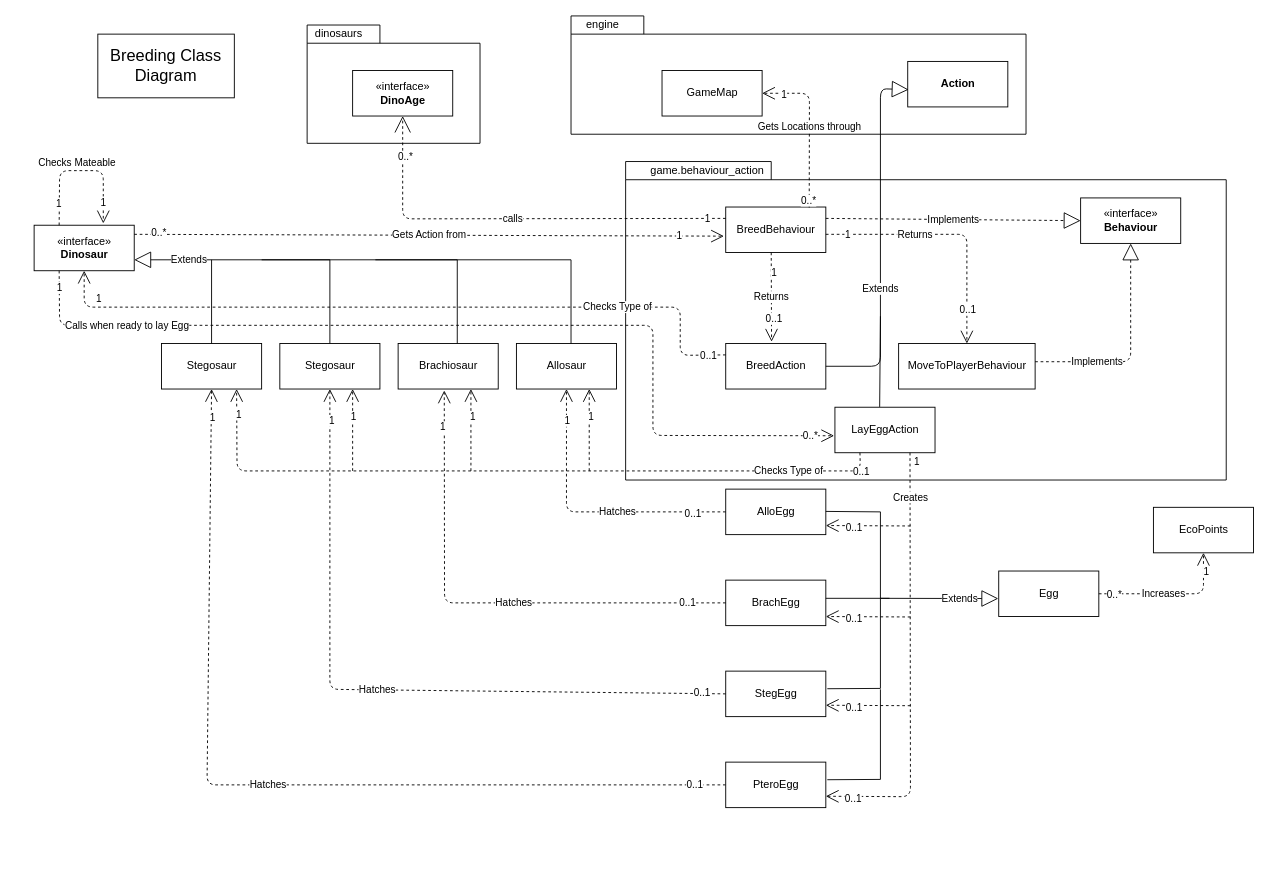
The draw.io diagram Assignment 3 diagrams/UML/Breeding Class Diagram.drawio in Dax246/FIT2099, before the edit. Source tidied: cells renumbered, new cells numbered last; positions are measured from the earlier drawing's top-left corner, leaving out a move shared by most shapes. Both pictures are drawn from the tidied source at 91%, with x=0, y=0 at pixel (34, 15).
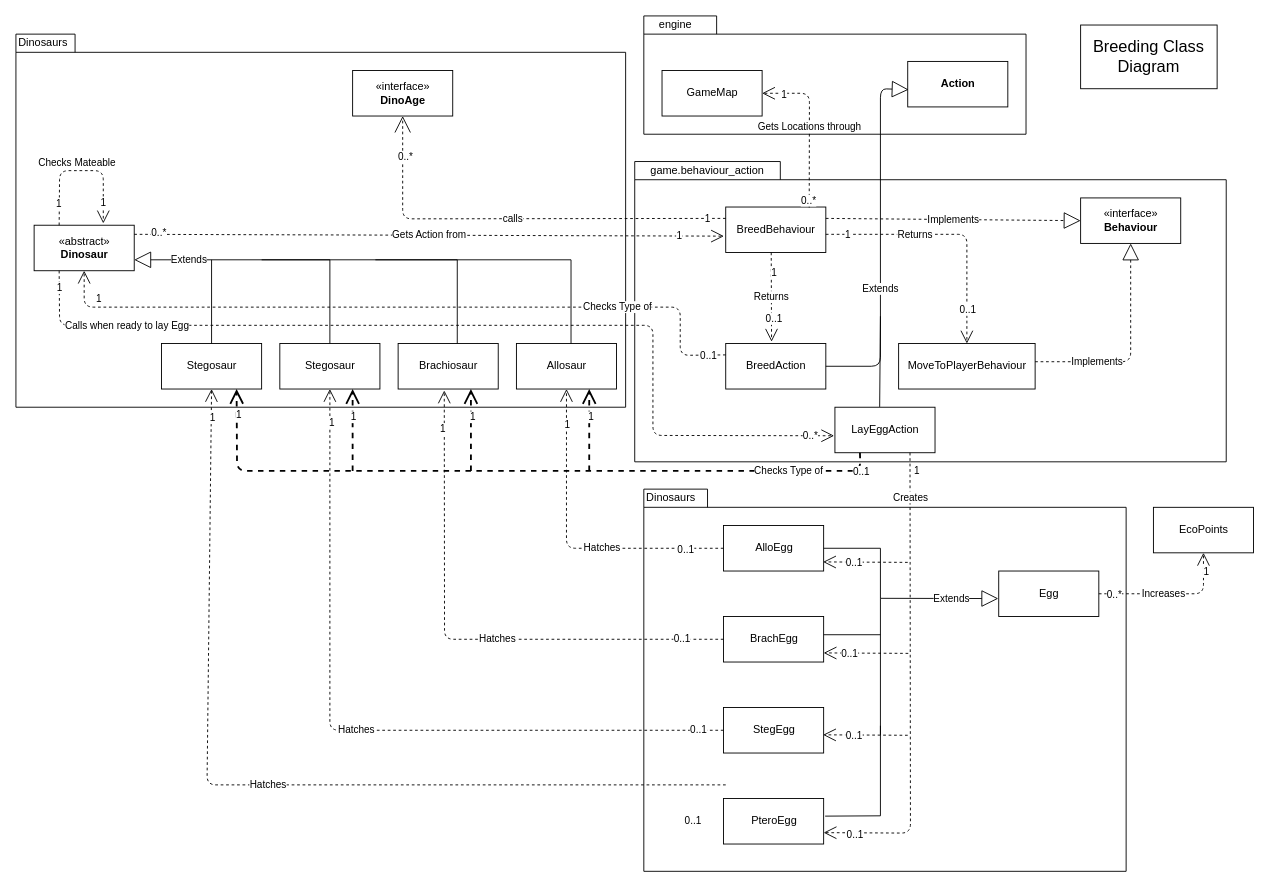
After the change.

Commit message (it also covers changes not shown here):
Fixed arrows in breeding, ground and player class diagrams

Unchanged cells that the change refers to:
```xml
<mxCell id="7" value="Stegosaur" style="html=1;" parent="1" vertex="1">
  <mxGeometry x="270" y="360" width="110" height="50" as="geometry" />
</mxCell>
<mxCell id="8" value="Brachiosaur" style="html=1;" parent="1" vertex="1">
  <mxGeometry x="400" y="360" width="110" height="50" as="geometry" />
</mxCell>
<mxCell id="9" value="Allosaur" style="html=1;" parent="1" vertex="1">
  <mxGeometry x="530" y="360" width="110" height="50" as="geometry" />
</mxCell>
<mxCell id="28" value="Egg" style="html=1;" parent="1" vertex="1">
  <mxGeometry x="1060" y="610" width="110" height="50" as="geometry" />
</mxCell>
<mxCell id="58" value="LayEggAction" style="html=1;" parent="1" vertex="1">
  <mxGeometry x="880" y="430" width="110" height="50" as="geometry" />
</mxCell>
<mxCell id="67" value="Stegosaur" style="html=1;" parent="1" vertex="1">
  <mxGeometry x="140" y="360" width="110" height="50" as="geometry" />
</mxCell>
<mxCell id="71" value="Hatches" style="endArrow=open;endSize=12;dashed=1;html=1;entryX=0.5;entryY=1;entryDx=0;entryDy=0;exitX=0;exitY=0.5;exitDx=0;exitDy=0;" parent="1" edge="1" target="67">
  <mxGeometry relative="1" as="geometry">
    <mxPoint x="760" y="845" as="sourcePoint" />
    <Array as="points">
      <mxPoint x="190" y="845" />
    </Array>
  </mxGeometry>
</mxCell>
```

Diff of the diagram source:
```diff
@@
+    <mxCell id="97" style="shape=folder;fontStyle=1;spacingTop=10;tabWidth=70;tabHeight=20;tabPosition=left;html=1;" parent="1" vertex="1">
+      <mxGeometry x="670" y="520" width="530" height="420" as="geometry" />
+    </mxCell>
+    <mxCell id="98" style="shape=folder;fontStyle=1;spacingTop=10;tabWidth=65;tabHeight=20;tabPosition=left;html=1;" parent="1" vertex="1">
+      <mxGeometry x="-20" y="20" width="670" height="410" as="geometry" />
+    </mxCell>
     <mxCell id="2" style="shape=folder;fontStyle=1;spacingTop=10;tabWidth=160;tabHeight=20;tabPosition=left;html=1;" parent="1" vertex="1">
-      <mxGeometry x="650" y="160" width="660" height="350" as="geometry" />
+      <mxGeometry x="660" y="160" width="650" height="330" as="geometry" />
     </mxCell>
     <mxCell id="3" style="shape=folder;fontStyle=1;spacingTop=10;tabWidth=80;tabHeight=20;tabPosition=left;html=1;" parent="1" vertex="1">
-      <mxGeometry x="590" width="500" height="130" as="geometry" />
+      <mxGeometry x="670" width="420" height="130" as="geometry" />
     </mxCell>
@@
     <mxCell id="5" value="engine" style="text;html=1;strokeColor=none;fillColor=none;align=center;verticalAlign=middle;whiteSpace=wrap;rounded=0;" parent="1" vertex="1">
-      <mxGeometry x="590" width="70" height="20" as="geometry" />
+      <mxGeometry x="670" width="70" height="20" as="geometry" />
     </mxCell>
-    <mxCell id="6" value="«interface»&lt;br&gt;&lt;b&gt;Dinosaur&lt;/b&gt;" style="html=1;" parent="1" vertex="1">
+    <mxCell id="6" value="«abstract»&lt;br&gt;&lt;b&gt;Dinosaur&lt;/b&gt;" style="html=1;" parent="1" vertex="1">
       <mxGeometry y="230" width="110" height="50" as="geometry" />
     </mxCell>
@@
     <mxCell id="29" value="AlloEgg" style="html=1;" parent="1" vertex="1">
-      <mxGeometry x="760" y="520" width="110" height="50" as="geometry" />
+      <mxGeometry x="757.6" y="560" width="110" height="50" as="geometry" />
     </mxCell>
     <mxCell id="30" value="BrachEgg" style="html=1;" parent="1" vertex="1">
-      <mxGeometry x="760" y="620" width="110" height="50" as="geometry" />
+      <mxGeometry x="757.6" y="660" width="110" height="50" as="geometry" />
     </mxCell>
     <mxCell id="31" value="StegEgg" style="html=1;" parent="1" vertex="1">
-      <mxGeometry x="760" y="720" width="110" height="50" as="geometry" />
+      <mxGeometry x="757.6" y="760" width="110" height="50" as="geometry" />
     </mxCell>
     <mxCell id="32" style="endArrow=none;html=1;" parent="1" edge="1">
       <mxGeometry relative="1" as="geometry">
-        <mxPoint x="870" y="640" as="sourcePoint" />
-        <mxPoint x="940" y="640" as="targetPoint" />
+        <mxPoint x="867.6" y="680" as="sourcePoint" />
+        <mxPoint x="930" y="680" as="targetPoint" />
       </mxGeometry>
     </mxCell>
-    <mxCell id="33" style="endArrow=none;html=1;exitX=1.015;exitY=0.387;exitDx=0;exitDy=0;exitPerimeter=0;rounded=0;" parent="1" edge="1" source="31">
+    <mxCell id="33" style="endArrow=none;html=1;rounded=0;" parent="1" edge="1">
       <mxGeometry relative="1" as="geometry">
+        <mxPoint x="930" y="790" as="sourcePoint" />
         <mxPoint x="930" y="640" as="targetPoint" />
-        <Array as="points">
-          <mxPoint x="930" y="739" />
-        </Array>
       </mxGeometry>
     </mxCell>
-    <mxCell id="34" value="Extends" style="endArrow=block;endSize=16;endFill=0;html=1;entryX=-0.004;entryY=0.605;entryDx=0;entryDy=0;rounded=0;entryPerimeter=0;" parent="1" edge="1" target="28">
-      <mxGeometry x="0.7" relative="1" as="geometry">
-        <mxPoint x="870" y="544.5" as="sourcePoint" />
+    <mxCell id="34" value="Extends" style="endArrow=block;endSize=16;endFill=0;html=1;entryX=-0.004;entryY=0.605;entryDx=0;entryDy=0;rounded=0;entryPerimeter=0;exitX=1;exitY=0.5;exitDx=0;exitDy=0;" parent="1" edge="1" source="29" target="28">
+      <mxGeometry x="0.58" relative="1" as="geometry">
         <Array as="points">
-          <mxPoint x="930" y="545" />
+          <mxPoint x="930" y="585" />
           <mxPoint x="930" y="640" />
         </Array>
       </mxGeometry>
     </mxCell>
     <mxCell id="35" value="Hatches" style="endArrow=open;endSize=12;dashed=1;html=1;exitX=0;exitY=0.5;exitDx=0;exitDy=0;entryX=0.5;entryY=1;entryDx=0;entryDy=0;" parent="1" edge="1" source="29" target="9">
       <mxGeometry x="-0.23" relative="1" as="geometry">
         <Array as="points">
-          <mxPoint x="585" y="545" />
+          <mxPoint x="585" y="585" />
         </Array>
       </mxGeometry>
     </mxCell>
@@
     <mxCell id="38" value="Hatches" style="endArrow=open;endSize=12;dashed=1;html=1;exitX=0;exitY=0.5;exitDx=0;exitDy=0;entryX=0.461;entryY=1.032;entryDx=0;entryDy=0;entryPerimeter=0;" parent="1" edge="1" source="30" target="8">
       <mxGeometry x="-0.14" relative="1" as="geometry">
         <Array as="points">
-          <mxPoint x="451" y="645" />
+          <mxPoint x="451" y="685" />
         </Array>
       </mxGeometry>
     </mxCell>
@@
     <mxCell id="41" value="Hatches" style="endArrow=open;endSize=12;dashed=1;html=1;entryX=0.5;entryY=1;entryDx=0;entryDy=0;exitX=0;exitY=0.5;exitDx=0;exitDy=0;" parent="1" edge="1" source="31" target="7">
       <mxGeometry relative="1" as="geometry">
         <Array as="points">
-          <mxPoint x="325" y="740" />
+          <mxPoint x="325" y="785" />
         </Array>
       </mxGeometry>
     </mxCell>
@@
     <mxCell id="60" value="Creates" style="endArrow=open;endSize=12;dashed=1;html=1;exitX=0.75;exitY=1;exitDx=0;exitDy=0;entryX=1;entryY=0.75;entryDx=0;entryDy=0;snapToPoint=1;" parent="1" edge="1" source="58" target="74">
-      <mxGeometry x="-0.79" relative="1" as="geometry">
+      <mxGeometry x="-0.81" relative="1" as="geometry">
         <Array as="points">
-          <mxPoint x="963" y="858" />
+          <mxPoint x="963" y="898" />
         </Array>
       </mxGeometry>
     </mxCell>
@@
     <mxCell id="66" value="&lt;font style=&quot;font-size: 18px&quot;&gt;Breeding Class Diagram&lt;/font&gt;" style="rounded=0;whiteSpace=wrap;html=1;" parent="1" vertex="1">
-      <mxGeometry x="70" y="20" width="150" height="70" as="geometry" />
+      <mxGeometry x="1150" y="10" width="150" height="70" as="geometry" />
     </mxCell>
@@
     <mxCell id="73" value="0..1" style="edgeLabel;html=1;align=center;verticalAlign=middle;" parent="71" vertex="1">
-      <mxGeometry x="-0.93" y="-1" relative="1" as="geometry" />
+      <mxGeometry x="-0.93" y="-1" relative="1" as="geometry">
+        <mxPoint x="-2" y="40" as="offset" />
+      </mxGeometry>
     </mxCell>
     <mxCell id="74" value="PteroEgg" style="html=1;" parent="1" vertex="1">
-      <mxGeometry x="760" y="820" width="110" height="50" as="geometry" />
+      <mxGeometry x="757.6" y="860" width="110" height="50" as="geometry" />
     </mxCell>
     <mxCell id="75" style="endArrow=none;html=1;exitX=1.015;exitY=0.387;exitDx=0;exitDy=0;exitPerimeter=0;rounded=0;" parent="1" edge="1" source="74">
       <mxGeometry relative="1" as="geometry">
-        <mxPoint x="930" y="740" as="targetPoint" />
+        <mxPoint x="930" y="780" as="targetPoint" />
         <Array as="points">
-          <mxPoint x="930" y="839" />
+          <mxPoint x="930" y="879" />
         </Array>
       </mxGeometry>
     </mxCell>
-    <mxCell id="76" style="shape=folder;fontStyle=1;spacingTop=10;tabWidth=80;tabHeight=20;tabPosition=left;html=1;" parent="1" vertex="1">
-      <mxGeometry x="300" y="10" width="190" height="130" as="geometry" />
-    </mxCell>
@@
-    <mxCell id="78" value="dinosaurs" style="text;html=1;strokeColor=none;fillColor=none;align=center;verticalAlign=middle;whiteSpace=wrap;rounded=0;" parent="1" vertex="1">
-      <mxGeometry x="300" y="10" width="70" height="20" as="geometry" />
-    </mxCell>
@@
     <mxCell id="82" style="endArrow=open;endSize=12;dashed=1;html=1;entryX=1;entryY=0.75;entryDx=0;entryDy=0;snapToPoint=1;" parent="1" edge="1">
       <mxGeometry relative="1" as="geometry">
-        <mxPoint x="963" y="758" as="sourcePoint" />
-        <mxPoint x="870" y="757.5" as="targetPoint" />
+        <mxPoint x="960" y="790.5" as="sourcePoint" />
+        <mxPoint x="867" y="790" as="targetPoint" />
         <Array as="points">
-          <mxPoint x="963" y="758" />
+          <mxPoint x="960" y="790.5" />
         </Array>
       </mxGeometry>
     </mxCell>
     <mxCell id="83" value="0..1" style="edgeLabel;html=1;align=center;verticalAlign=middle;" parent="82" vertex="1">
       <mxGeometry x="0.62" y="-1" relative="1" as="geometry">
-        <mxPoint x="12" y="3" as="offset" />
+        <mxPoint x="15" y="1" as="offset" />
       </mxGeometry>
     </mxCell>
     <mxCell id="84" style="endArrow=open;endSize=12;dashed=1;html=1;entryX=1;entryY=0.75;entryDx=0;entryDy=0;snapToPoint=1;" parent="1" edge="1">
       <mxGeometry relative="1" as="geometry">
-        <mxPoint x="963" y="660.5" as="sourcePoint" />
-        <mxPoint x="870" y="660" as="targetPoint" />
+        <mxPoint x="960.6" y="700.5" as="sourcePoint" />
+        <mxPoint x="867.6" y="700" as="targetPoint" />
         <Array as="points">
-          <mxPoint x="963" y="660.5" />
+          <mxPoint x="960.6" y="700.5" />
         </Array>
       </mxGeometry>
     </mxCell>
     <mxCell id="85" value="0..1" style="edgeLabel;html=1;align=center;verticalAlign=middle;" parent="84" vertex="1">
       <mxGeometry x="0.62" y="-1" relative="1" as="geometry">
-        <mxPoint x="12" y="3" as="offset" />
+        <mxPoint x="10" y="1" as="offset" />
       </mxGeometry>
     </mxCell>
     <mxCell id="86" style="endArrow=open;endSize=12;dashed=1;html=1;entryX=1;entryY=0.75;entryDx=0;entryDy=0;snapToPoint=1;" parent="1" edge="1">
       <mxGeometry relative="1" as="geometry">
-        <mxPoint x="963" y="560.5" as="sourcePoint" />
-        <mxPoint x="870" y="560" as="targetPoint" />
+        <mxPoint x="960" y="600.5" as="sourcePoint" />
+        <mxPoint x="867" y="600" as="targetPoint" />
         <Array as="points">
-          <mxPoint x="963" y="560.5" />
+          <mxPoint x="960" y="600.5" />
         </Array>
       </mxGeometry>
     </mxCell>
     <mxCell id="87" value="0..1" style="edgeLabel;html=1;align=center;verticalAlign=middle;" parent="86" vertex="1">
       <mxGeometry x="0.62" y="-1" relative="1" as="geometry">
-        <mxPoint x="12" y="3" as="offset" />
+        <mxPoint x="15" y="1" as="offset" />
       </mxGeometry>
     </mxCell>
-    <mxCell id="88" value="Checks Type of" style="endArrow=open;endSize=12;dashed=1;html=1;exitX=0.25;exitY=1;exitDx=0;exitDy=0;entryX=0.75;entryY=1;entryDx=0;entryDy=0;" parent="1" edge="1" source="58" target="67">
+    <mxCell id="88" value="Checks Type of" style="endArrow=open;endSize=12;dashed=1;html=1;exitX=0.25;exitY=1;exitDx=0;exitDy=0;entryX=0.75;entryY=1;entryDx=0;entryDy=0;strokeWidth=2;" parent="1" edge="1" source="58" target="67">
       <mxGeometry x="-0.75" relative="1" as="geometry">
         <Array as="points">
           <mxPoint x="908" y="500" />
           <mxPoint x="223" y="500" />
         </Array>
       </mxGeometry>
     </mxCell>
@@
-    <mxCell id="91" style="endArrow=open;endSize=12;dashed=1;html=1;entryX=0.75;entryY=1;entryDx=0;entryDy=0;" parent="1" edge="1">
+    <mxCell id="91" style="endArrow=open;endSize=12;dashed=1;html=1;entryX=0.75;entryY=1;entryDx=0;entryDy=0;strokeWidth=2;" parent="1" edge="1">
       <mxGeometry x="-0.75" relative="1" as="geometry">
         <mxPoint x="350" y="500" as="sourcePoint" />
         <mxPoint x="350" y="410" as="targetPoint" />
         <Array as="points">
           <mxPoint x="350.5" y="500" />
         </Array>
       </mxGeometry>
     </mxCell>
@@
-    <mxCell id="93" style="endArrow=open;endSize=12;dashed=1;html=1;entryX=0.75;entryY=1;entryDx=0;entryDy=0;" parent="1" edge="1">
+    <mxCell id="93" style="endArrow=open;endSize=12;dashed=1;html=1;entryX=0.75;entryY=1;entryDx=0;entryDy=0;strokeWidth=2;" parent="1" edge="1">
       <mxGeometry x="-0.75" relative="1" as="geometry">
         <mxPoint x="480" y="500" as="sourcePoint" />
         <mxPoint x="480" y="410" as="targetPoint" />
         <Array as="points">
           <mxPoint x="480.5" y="500" />
         </Array>
       </mxGeometry>
     </mxCell>
@@
-    <mxCell id="95" style="endArrow=open;endSize=12;dashed=1;html=1;entryX=0.75;entryY=1;entryDx=0;entryDy=0;" parent="1" edge="1">
+    <mxCell id="95" style="endArrow=open;endSize=12;dashed=1;html=1;entryX=0.75;entryY=1;entryDx=0;entryDy=0;strokeWidth=2;" parent="1" edge="1">
       <mxGeometry x="-0.75" relative="1" as="geometry">
         <mxPoint x="610" y="500" as="sourcePoint" />
         <mxPoint x="610" y="410" as="targetPoint" />
         <Array as="points">
           <mxPoint x="610.5" y="500" />
         </Array>
       </mxGeometry>
     </mxCell>
@@
+    <mxCell id="99" value="Dinosaurs" style="text;html=1;strokeColor=none;fillColor=none;align=center;verticalAlign=middle;whiteSpace=wrap;rounded=0;" parent="1" vertex="1">
+      <mxGeometry x="-10" y="20" width="40" height="20" as="geometry" />
+    </mxCell>
+    <mxCell id="100" value="Dinosaurs" style="text;html=1;strokeColor=none;fillColor=none;align=center;verticalAlign=middle;whiteSpace=wrap;rounded=0;" parent="1" vertex="1">
+      <mxGeometry x="680" y="520" width="40" height="20" as="geometry" />
+    </mxCell>
```
